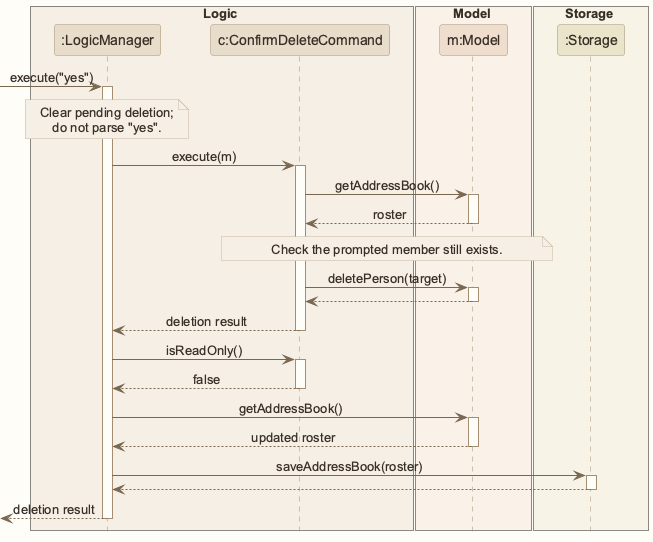
AY2627S1-CS2103T-W12-1/tp keeps this PlantUML diagram as images/ConfirmDeleteSequenceDiagram.png. Above is the earlier version.
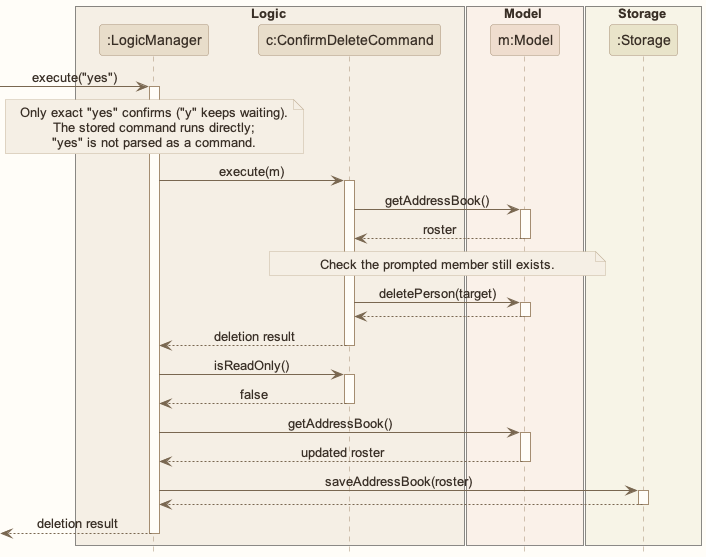
Above is the later version.

Change to the diagram source:
```diff
@@ -16,8 +16,9 @@
 [-> Logic : execute("yes")
 activate Logic
 note over Logic
-Clear pending deletion;
-do not parse "yes".
+Only exact "yes" confirms ("y" keeps waiting).
+The stored command runs directly;
+"yes" is not parsed as a command.
 end note
 Logic -> Command : execute(m)
 activate Command
```
